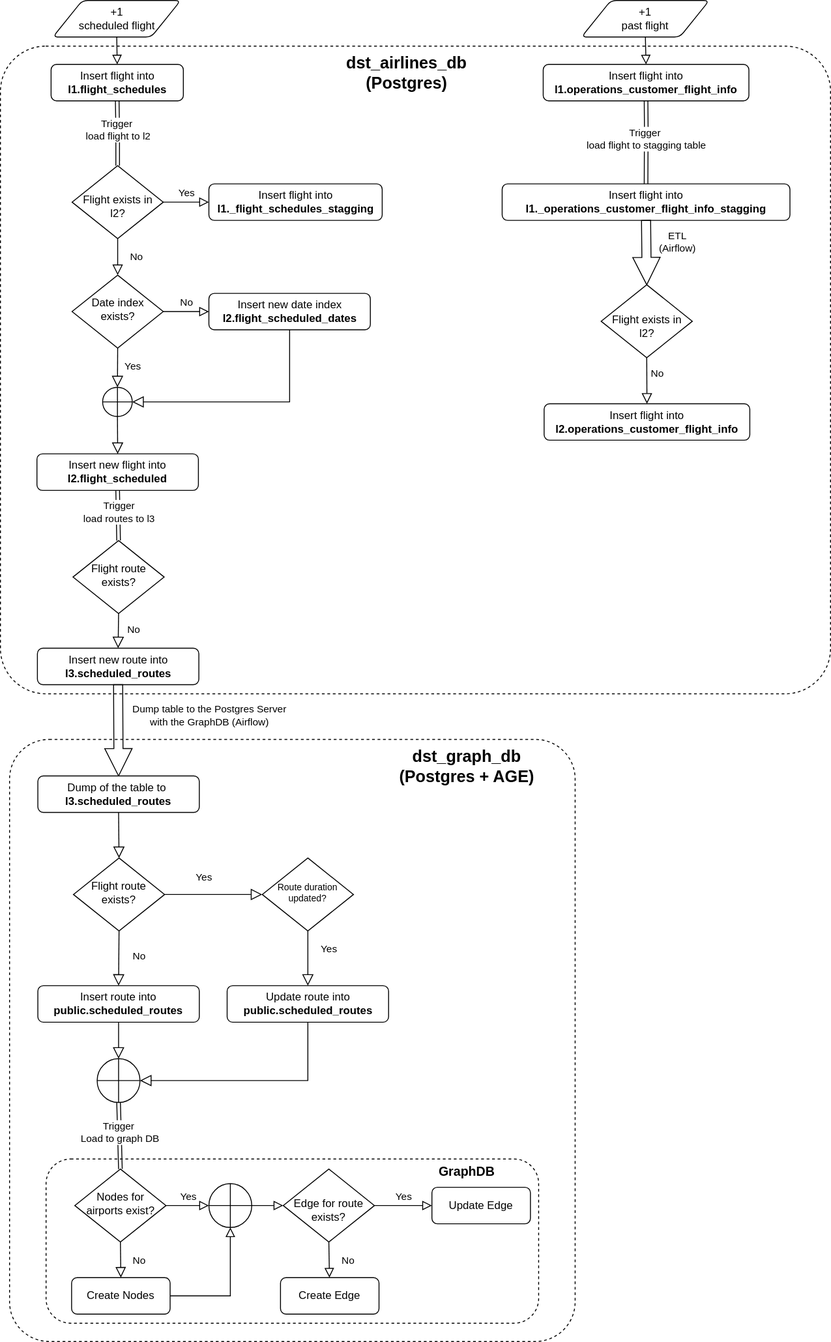
Before: doc/db_automatisation.drawio.svg, a diagram exported from draw.io (JesusFVv/dst_airlines_de). Source tidied: cells renumbered, new cells last; positions are measured from the earlier drawing's top-left corner, leaving out a move shared by most shapes.
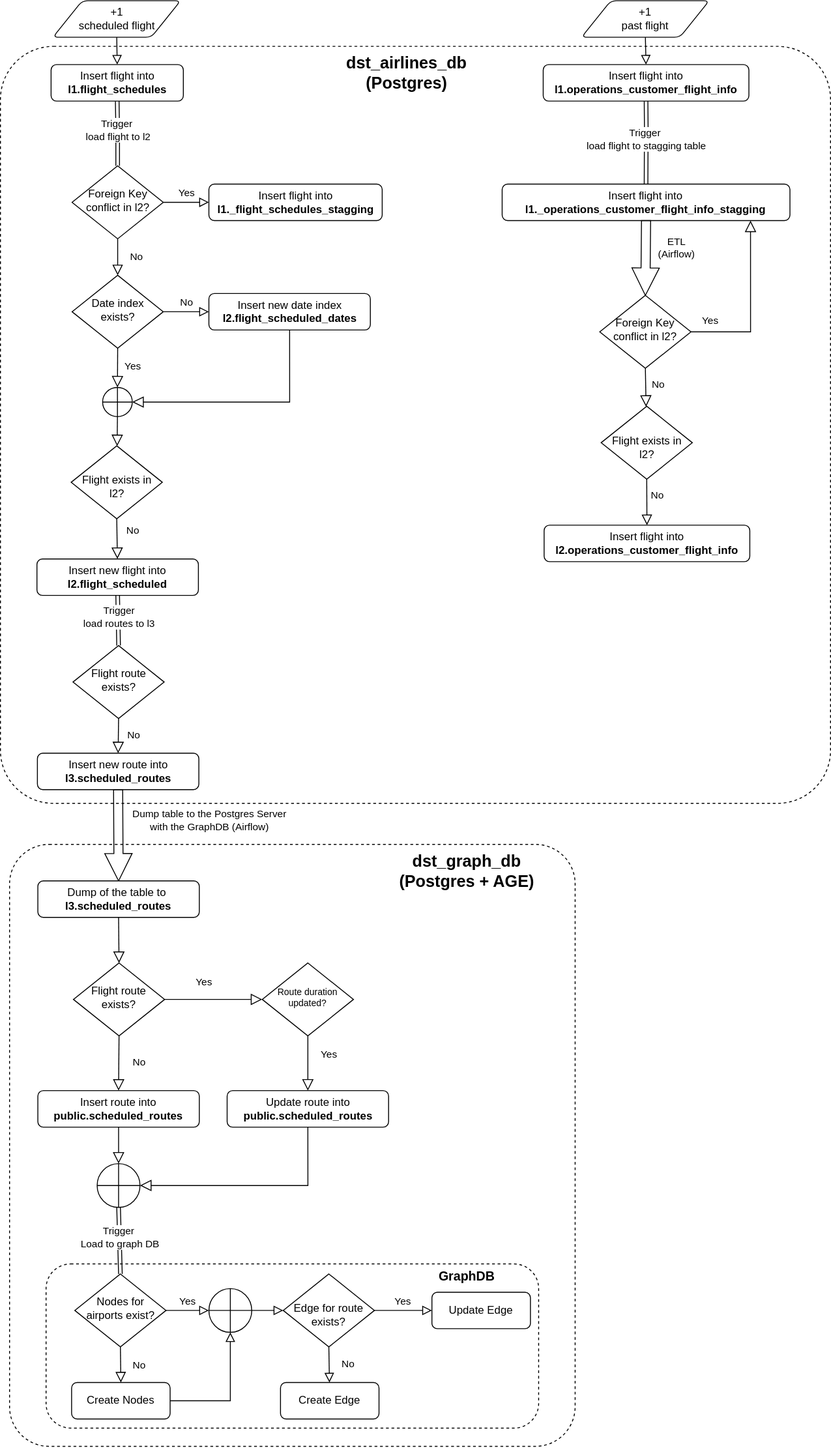
The same file after the commit.

Change to the diagram source:
```diff
@@ -3,7 +3,7 @@
     <mxCell id="0" />
     <mxCell id="1" parent="0" />
     <mxCell id="2" style="rounded=1;whiteSpace=wrap;html=1;fillColor=none;dashed=1;arcSize=7;" parent="1" vertex="1">
-      <mxGeometry y="50" width="910" height="710" as="geometry" />
+      <mxGeometry y="-65" width="910" height="830" as="geometry" />
     </mxCell>
     <mxCell id="3" value="No" style="rounded=0;html=1;jettySize=auto;fontSize=11;endArrow=block;endFill=0;endSize=9;strokeWidth=1;shadow=0;labelBackgroundColor=none;edgeStyle=orthogonalEdgeStyle;" parent="1" edge="1" source="5" target="8">
       <mxGeometry y="20" relative="1" as="geometry" />
@@ -11,29 +11,29 @@
     <mxCell id="4" value="Yes" style="edgeStyle=orthogonalEdgeStyle;rounded=0;html=1;jettySize=auto;fontSize=11;endArrow=block;endFill=0;endSize=8;strokeWidth=1;shadow=0;labelBackgroundColor=none;" parent="1" edge="1" source="5" target="6">
       <mxGeometry y="10" relative="1" as="geometry" />
     </mxCell>
-    <mxCell id="5" value="&lt;div style=&quot;font-size: 12px;&quot;&gt;&lt;br style=&quot;font-size: 12px;&quot;&gt;&lt;/div&gt;&lt;div style=&quot;font-size: 12px;&quot;&gt;Flight exists in l2?&lt;/div&gt;" style="rhombus;whiteSpace=wrap;html=1;shadow=0;fontFamily=Helvetica;fontSize=12;align=center;strokeWidth=1;spacing=6;spacingTop=-4;verticalAlign=middle;" parent="1" vertex="1">
-      <mxGeometry x="78.5" y="181" width="100" height="80" as="geometry" />
+    <mxCell id="5" value="&lt;div style=&quot;font-size: 12px;&quot;&gt;&lt;span style=&quot;background-color: initial;&quot;&gt;Foreign Key conflict in l2?&lt;/span&gt;&lt;br&gt;&lt;/div&gt;" style="rhombus;whiteSpace=wrap;html=1;shadow=0;fontFamily=Helvetica;fontSize=12;align=center;strokeWidth=1;spacing=6;spacingTop=-4;verticalAlign=middle;" parent="1" vertex="1">
+      <mxGeometry x="78.5" y="66" width="100" height="80" as="geometry" />
     </mxCell>
     <mxCell id="6" value="&lt;div&gt;Insert flight into&lt;br&gt;&lt;/div&gt;&lt;b&gt;l1._flight_schedules_stagging&lt;/b&gt;" style="rounded=1;whiteSpace=wrap;html=1;fontSize=12;glass=0;strokeWidth=1;shadow=0;" parent="1" vertex="1">
-      <mxGeometry x="228.5" y="201" width="190" height="40" as="geometry" />
+      <mxGeometry x="228.5" y="86" width="190" height="40" as="geometry" />
     </mxCell>
     <mxCell id="7" value="No" style="edgeStyle=orthogonalEdgeStyle;rounded=0;html=1;jettySize=auto;fontSize=11;endArrow=block;endFill=0;endSize=8;strokeWidth=1;shadow=0;labelBackgroundColor=none;" parent="1" edge="1" source="8" target="10">
       <mxGeometry y="10" relative="1" as="geometry" />
     </mxCell>
     <mxCell id="8" value="Date index exists?" style="rhombus;whiteSpace=wrap;html=1;shadow=0;fontFamily=Helvetica;fontSize=12;align=center;strokeWidth=1;spacing=6;spacingTop=-4;" parent="1" vertex="1">
-      <mxGeometry x="78.5" y="301" width="100" height="80" as="geometry" />
+      <mxGeometry x="78.5" y="186" width="100" height="80" as="geometry" />
     </mxCell>
     <mxCell id="9" style="rounded=0;jettySize=auto;html=1;endSize=10;endArrow=block;endFill=0;entryX=1;entryY=0.5;entryDx=0;entryDy=0;entryPerimeter=0;edgeStyle=orthogonalEdgeStyle;exitX=0.5;exitY=1;exitDx=0;exitDy=0;" parent="1" edge="1" source="10" target="17">
       <mxGeometry relative="1" as="geometry" />
     </mxCell>
     <mxCell id="10" value="Insert new date index&lt;div&gt;&lt;b&gt;l2.flight_scheduled_dates&lt;/b&gt;&lt;/div&gt;" style="rounded=1;whiteSpace=wrap;html=1;fontSize=12;glass=0;strokeWidth=1;shadow=0;" parent="1" vertex="1">
-      <mxGeometry x="228.5" y="321" width="177" height="40" as="geometry" />
+      <mxGeometry x="228.5" y="206" width="177" height="40" as="geometry" />
     </mxCell>
     <mxCell id="11" value="+1&lt;div&gt;&lt;span style=&quot;background-color: initial;&quot;&gt;scheduled flight&lt;/span&gt;&lt;/div&gt;" style="shape=parallelogram;html=1;strokeWidth=1;perimeter=parallelogramPerimeter;whiteSpace=wrap;rounded=1;arcSize=12;size=0.23;align=center;" parent="1" vertex="1">
-      <mxGeometry x="57.5" width="140" height="40" as="geometry" />
+      <mxGeometry x="57.5" y="-115" width="140" height="40" as="geometry" />
     </mxCell>
     <mxCell id="12" value="&lt;div&gt;Insert flight into&lt;/div&gt;&lt;b&gt;l1.flight_schedules&lt;/b&gt;" style="rounded=1;whiteSpace=wrap;html=1;fontSize=12;glass=0;strokeWidth=1;shadow=0;" parent="1" vertex="1">
-      <mxGeometry x="55.5" y="70" width="145" height="40" as="geometry" />
+      <mxGeometry x="55.5" y="-45" width="145" height="40" as="geometry" />
     </mxCell>
     <mxCell id="13" style="rounded=0;html=1;jettySize=auto;fontSize=11;endArrow=block;endFill=0;endSize=8;strokeWidth=1;shadow=0;labelBackgroundColor=none;entryX=0.5;entryY=0;entryDx=0;entryDy=0;exitX=0.5;exitY=1;exitDx=0;exitDy=0;" parent="1" edge="1" source="11" target="12">
       <mxGeometry relative="1" as="geometry" />
@@ -41,7 +41,7 @@
     <mxCell id="14" style="endArrow=block;html=1;rounded=0;exitX=0.5;exitY=1;exitDx=0;exitDy=0;entryX=0.5;entryY=0;entryDx=0;entryDy=0;endFill=0;shape=link;" parent="1" edge="1" source="12" target="5">
       <mxGeometry relative="1" as="geometry">
         <Array as="points">
-          <mxPoint x="128.5" y="140" />
+          <mxPoint x="128.5" y="25" />
         </Array>
       </mxGeometry>
     </mxCell>
@@ -54,12 +54,12 @@
       <mxGeometry x="40" y="497" width="177" height="40" as="geometry" />
     </mxCell>
     <mxCell id="17" style="verticalLabelPosition=bottom;verticalAlign=top;html=1;shape=mxgraph.flowchart.summing_function;" parent="1" vertex="1">
-      <mxGeometry x="112" y="424" width="32.5" height="32" as="geometry" />
+      <mxGeometry x="112" y="309" width="32.5" height="32" as="geometry" />
     </mxCell>
     <mxCell id="18" value="Yes" style="rounded=0;html=1;jettySize=auto;fontSize=11;endArrow=block;endFill=0;endSize=10;strokeWidth=1;shadow=0;labelBackgroundColor=none;entryX=0.5;entryY=0;entryDx=0;entryDy=0;entryPerimeter=0;exitX=0.5;exitY=1;exitDx=0;exitDy=0;" parent="1" edge="1" source="8" target="17">
       <mxGeometry x="-0.07" y="17" relative="1" as="geometry" />
     </mxCell>
-    <mxCell id="19" style="rounded=0;jettySize=auto;html=1;endSize=10;endArrow=block;endFill=0;entryX=0.5;entryY=0;entryDx=0;entryDy=0;exitX=0.5;exitY=1;exitDx=0;exitDy=0;exitPerimeter=0;" parent="1" edge="1" source="17" target="16">
+    <mxCell id="19" style="rounded=0;jettySize=auto;html=1;endSize=10;endArrow=block;endFill=0;exitX=0.5;exitY=1;exitDx=0;exitDy=0;exitPerimeter=0;" parent="1" edge="1" source="17" target="74">
       <mxGeometry relative="1" as="geometry" />
     </mxCell>
     <mxCell id="20" style="endArrow=block;html=1;rounded=0;exitX=0.5;exitY=1;exitDx=0;exitDy=0;endFill=0;shape=link;entryX=0.5;entryY=0;entryDx=0;entryDy=0;" parent="1" edge="1" source="16" target="23">
@@ -83,13 +83,13 @@
       <mxGeometry x="-0.31" y="11" relative="1" as="geometry" />
     </mxCell>
     <mxCell id="26" value="&lt;div style=&quot;font-size: 12px;&quot;&gt;&lt;br style=&quot;font-size: 12px;&quot;&gt;&lt;/div&gt;&lt;div style=&quot;font-size: 12px;&quot;&gt;Flight exists in l2?&lt;/div&gt;" style="rhombus;whiteSpace=wrap;html=1;shadow=0;fontFamily=Helvetica;fontSize=12;align=center;strokeWidth=1;spacing=6;spacingTop=-4;verticalAlign=middle;" parent="1" vertex="1">
-      <mxGeometry x="658.5" y="311.6" width="100" height="80" as="geometry" />
+      <mxGeometry x="658.5" y="329.6" width="100" height="80" as="geometry" />
     </mxCell>
     <mxCell id="27" value="+1&lt;div&gt;&lt;span style=&quot;background-color: initial;&quot;&gt;past flight&lt;/span&gt;&lt;/div&gt;" style="shape=parallelogram;html=1;strokeWidth=1;perimeter=parallelogramPerimeter;whiteSpace=wrap;rounded=1;arcSize=12;size=0.23;align=center;" parent="1" vertex="1">
-      <mxGeometry x="637" width="140" height="40" as="geometry" />
+      <mxGeometry x="637" y="-115" width="140" height="40" as="geometry" />
     </mxCell>
     <mxCell id="28" value="&lt;div&gt;Insert flight into&lt;/div&gt;&lt;b&gt;l1.operations_customer_flight_info&lt;/b&gt;" style="rounded=1;whiteSpace=wrap;html=1;fontSize=12;glass=0;strokeWidth=1;shadow=0;" parent="1" vertex="1">
-      <mxGeometry x="595" y="70" width="225.5" height="40" as="geometry" />
+      <mxGeometry x="595" y="-45" width="225.5" height="40" as="geometry" />
     </mxCell>
     <mxCell id="29" style="rounded=0;html=1;jettySize=auto;fontSize=11;endArrow=block;endFill=0;endSize=8;strokeWidth=1;shadow=0;labelBackgroundColor=none;entryX=0.5;entryY=0;entryDx=0;entryDy=0;exitX=0.5;exitY=1;exitDx=0;exitDy=0;" parent="1" edge="1" source="27" target="28">
       <mxGeometry relative="1" as="geometry" />
@@ -97,7 +97,7 @@
     <mxCell id="30" style="endArrow=block;html=1;rounded=0;exitX=0.5;exitY=1;exitDx=0;exitDy=0;entryX=0.5;entryY=0;entryDx=0;entryDy=0;endFill=0;shape=link;" parent="1" edge="1" source="28" target="32">
       <mxGeometry relative="1" as="geometry">
         <Array as="points">
-          <mxPoint x="708" y="140" />
+          <mxPoint x="708" y="25" />
         </Array>
       </mxGeometry>
     </mxCell>
@@ -107,12 +107,12 @@
       </mxGeometry>
     </mxCell>
     <mxCell id="32" value="&lt;div&gt;Insert flight into&lt;br&gt;&lt;/div&gt;&lt;b&gt;l1._&lt;/b&gt;&lt;b&gt;operations_customer_flight_info_stagging&lt;/b&gt;&lt;span style=&quot;color: rgba(0, 0, 0, 0); font-family: monospace; font-size: 0px; text-align: start; text-wrap: nowrap;&quot;&gt;%3CmxGraphModel%3E%3Croot%3E%3CmxCell%20id%3D%220%22%2F%3E%3CmxCell%20id%3D%221%22%20parent%3D%220%22%2F%3E%3CmxCell%20id%3D%222%22%20value%3D%22%26lt%3Bdiv%26gt%3BInsert%20flight%20into%26lt%3Bbr%26gt%3B%26lt%3B%2Fdiv%26gt%3B%26lt%3Bb%26gt%3Bl1._flight_schedules_stagging%26lt%3B%2Fb%26gt%3B%22%20style%3D%22rounded%3D1%3BwhiteSpace%3Dwrap%3Bhtml%3D1%3BfontSize%3D12%3Bglass%3D0%3BstrokeWidth%3D1%3Bshadow%3D0%3B%22%20vertex%3D%221%22%20parent%3D%221%22%3E%3CmxGeometry%20x%3D%22637.5%22%20y%3D%22221%22%20width%3D%22190%22%20height%3D%2240%22%20as%3D%22geometry%22%2F%3E%3C%2FmxCell%3E%3C%2Froot%3E%3C%2FmxGraphModel%3Eo&lt;/span&gt;" style="rounded=1;whiteSpace=wrap;html=1;fontSize=12;glass=0;strokeWidth=1;shadow=0;" parent="1" vertex="1">
-      <mxGeometry x="550" y="201" width="315.5" height="40" as="geometry" />
+      <mxGeometry x="550" y="86" width="315.5" height="40" as="geometry" />
     </mxCell>
-    <mxCell id="33" style="endArrow=block;html=1;rounded=0;exitX=0.5;exitY=1;exitDx=0;exitDy=0;entryX=0.5;entryY=0;entryDx=0;entryDy=0;endFill=0;shape=arrow;" parent="1" edge="1" source="32" target="26">
+    <mxCell id="33" style="endArrow=block;html=1;rounded=0;exitX=0.5;exitY=1;exitDx=0;exitDy=0;entryX=0.5;entryY=0;entryDx=0;entryDy=0;endFill=0;shape=arrow;" parent="1" edge="1" source="32" target="77">
       <mxGeometry relative="1" as="geometry">
         <Array as="points">
-          <mxPoint x="700" y="291" />
+          <mxPoint x="700" y="176" />
         </Array>
       </mxGeometry>
     </mxCell>
@@ -122,7 +122,7 @@
       </mxGeometry>
     </mxCell>
     <mxCell id="35" value="&lt;div&gt;Insert flight into&lt;/div&gt;&lt;b&gt;l2.operations_customer_flight_info&lt;/b&gt;" style="rounded=1;whiteSpace=wrap;html=1;fontSize=12;glass=0;strokeWidth=1;shadow=0;" parent="1" vertex="1">
-      <mxGeometry x="596" y="442" width="225.5" height="40" as="geometry" />
+      <mxGeometry x="596" y="460" width="225.5" height="40" as="geometry" />
     </mxCell>
     <mxCell id="36" style="endArrow=block;html=1;rounded=0;exitX=0.5;exitY=1;exitDx=0;exitDy=0;endFill=0;shape=arrow;entryX=0.5;entryY=0;entryDx=0;entryDy=0;" parent="1" edge="1" source="22" target="38">
       <mxGeometry relative="1" as="geometry">
@@ -254,7 +254,37 @@
       <mxGeometry x="460.5" y="1261" width="100" height="40" as="geometry" />
     </mxCell>
     <mxCell id="73" value="dst_airlines_db&lt;div&gt;(Postgres)&lt;/div&gt;" style="text;strokeColor=none;fillColor=none;html=1;fontSize=18;fontStyle=1;verticalAlign=middle;align=center;" parent="1" vertex="1">
-      <mxGeometry x="340" y="60" width="210" height="40" as="geometry" />
+      <mxGeometry x="340" y="-55" width="210" height="40" as="geometry" />
     </mxCell>
+    <mxCell id="74" value="&lt;div style=&quot;font-size: 12px;&quot;&gt;&lt;br style=&quot;font-size: 12px;&quot;&gt;&lt;/div&gt;&lt;div style=&quot;font-size: 12px;&quot;&gt;Flight exists in l2?&lt;/div&gt;" style="rhombus;whiteSpace=wrap;html=1;shadow=0;fontFamily=Helvetica;fontSize=12;align=center;strokeWidth=1;spacing=6;spacingTop=-4;verticalAlign=middle;" parent="1" vertex="1">
+      <mxGeometry x="77.5" y="373" width="100" height="80" as="geometry" />
+    </mxCell>
+    <mxCell id="75" style="rounded=0;jettySize=auto;html=1;endSize=10;endArrow=block;endFill=0;exitX=0.5;exitY=1;exitDx=0;exitDy=0;" parent="1" edge="1" source="74" target="16">
+      <mxGeometry relative="1" as="geometry" />
+    </mxCell>
+    <mxCell id="76" value="No" style="edgeLabel;html=1;align=center;verticalAlign=middle;" parent="75" vertex="1">
+      <mxGeometry x="0.07" y="2" relative="1" as="geometry">
+        <mxPoint x="15" y="-11" as="offset" />
+      </mxGeometry>
+    </mxCell>
+    <mxCell id="77" value="&lt;div style=&quot;font-size: 12px;&quot;&gt;&lt;span style=&quot;background-color: initial;&quot;&gt;Foreign Key conflict in l2?&lt;/span&gt;&lt;br&gt;&lt;/div&gt;" style="rhombus;whiteSpace=wrap;html=1;shadow=0;fontFamily=Helvetica;fontSize=12;align=center;strokeWidth=1;spacing=6;spacingTop=-4;verticalAlign=middle;" parent="1" vertex="1">
+      <mxGeometry x="657" y="208" width="100" height="80" as="geometry" />
+    </mxCell>
+    <mxCell id="78" style="rounded=0;jettySize=auto;html=1;endSize=10;endArrow=block;endFill=0;exitX=0.5;exitY=1;exitDx=0;exitDy=0;" parent="1" edge="1" source="77" target="26">
+      <mxGeometry relative="1" as="geometry" />
+    </mxCell>
+    <mxCell id="79" value="No" style="edgeLabel;html=1;align=center;verticalAlign=middle;" parent="78" vertex="1">
+      <mxGeometry x="0.11" y="-1" relative="1" as="geometry">
+        <mxPoint x="14" y="-6" as="offset" />
+      </mxGeometry>
+    </mxCell>
+    <mxCell id="80" style="rounded=0;jettySize=auto;html=1;endSize=10;endArrow=block;endFill=0;exitX=1;exitY=0.5;exitDx=0;exitDy=0;entryX=0.863;entryY=1.001;entryDx=0;entryDy=0;entryPerimeter=0;edgeStyle=orthogonalEdgeStyle;" parent="1" edge="1" source="77" target="32">
+      <mxGeometry relative="1" as="geometry" />
+    </mxCell>
+    <mxCell id="81" value="Yes" style="edgeLabel;html=1;align=center;verticalAlign=middle;" parent="80" vertex="1">
+      <mxGeometry x="0.11" y="-1" relative="1" as="geometry">
+        <mxPoint x="-46" y="25" as="offset" />
+      </mxGeometry>
+    </mxCell>
   </root>
 </mxGraphModel>
```
